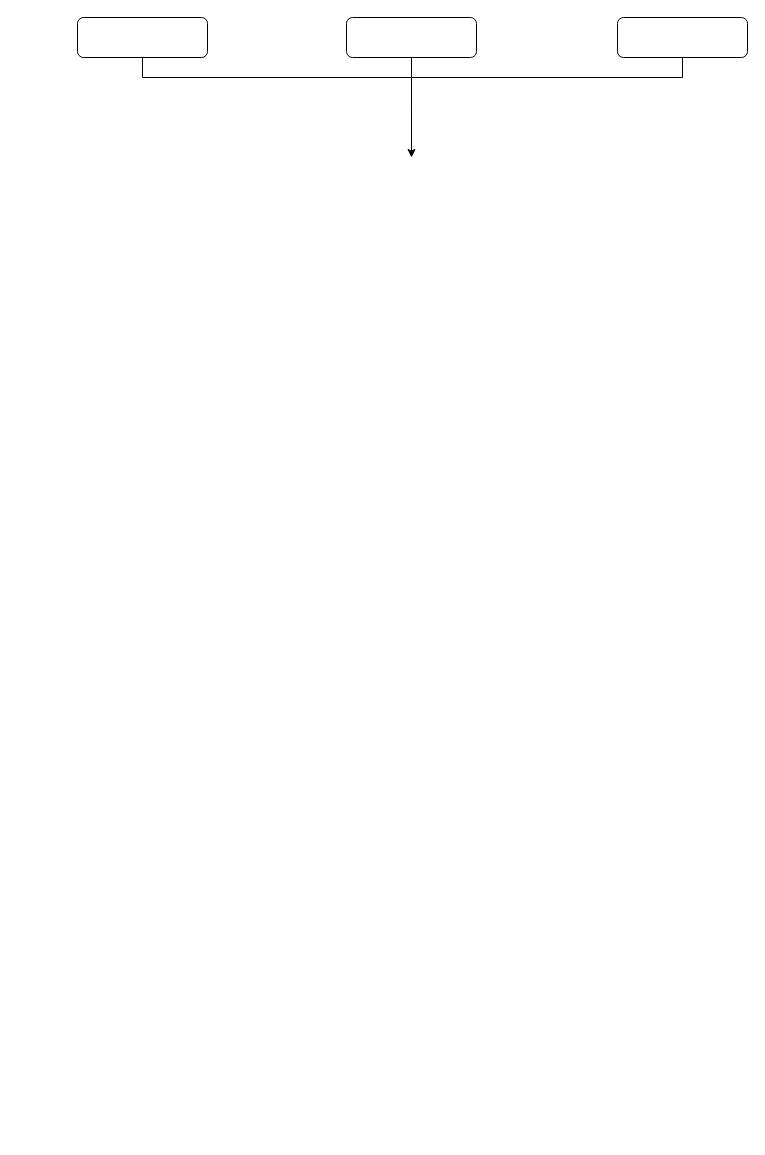
Earlier version of the draw.io diagram gambar/ibuk.drawio (odraCandra/odraCandra.github.io). Source tidied: cells renumbered, new cells numbered last; positions are measured from the earlier drawing's top-left corner, leaving out a move shared by most shapes. Both pictures are drawn from the tidied source at 100%, with x=0, y=0 at pixel (77, 17).
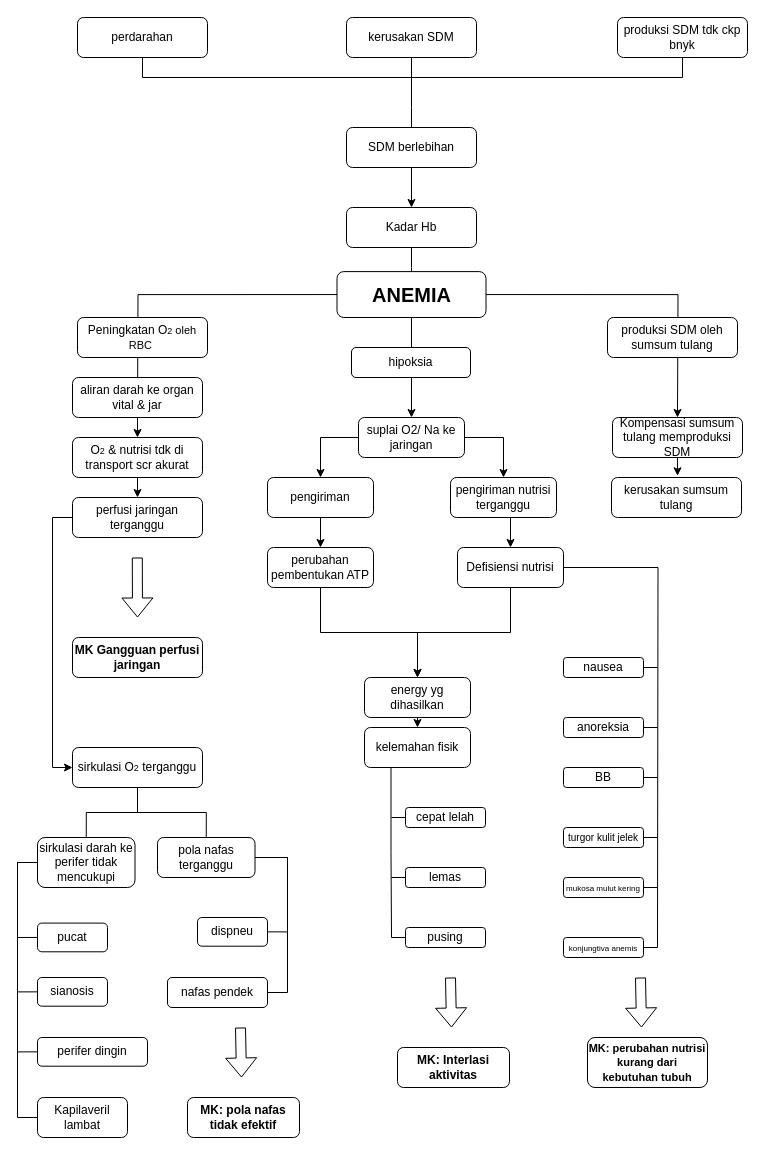
The same page after the edit.

The edit, as a diff of the source:
```diff
@@
-    <mxCell id="3" style="rounded=1;whiteSpace=wrap;html=1;" parent="1" vertex="1">
+    <mxCell id="3" value="perdarahan" style="rounded=1;whiteSpace=wrap;html=1;" parent="1" vertex="1">
       <mxGeometry width="130" height="40" as="geometry" />
     </mxCell>
@@
-    <mxCell id="5" style="rounded=1;whiteSpace=wrap;html=1;" parent="1" vertex="1">
+    <mxCell id="5" value="kerusakan SDM" style="rounded=1;whiteSpace=wrap;html=1;" parent="1" vertex="1">
       <mxGeometry x="269" width="130" height="40" as="geometry" />
     </mxCell>
-    <mxCell id="6" style="rounded=1;whiteSpace=wrap;html=1;" parent="1" vertex="1">
+    <mxCell id="6" value="produksi SDM tdk ckp bnyk" style="rounded=1;whiteSpace=wrap;html=1;" parent="1" vertex="1">
       <mxGeometry x="540" width="130" height="40" as="geometry" />
     </mxCell>
+    <mxCell id="7" style="edgeStyle=orthogonalEdgeStyle;rounded=0;jettySize=auto;html=1;exitX=0.5;exitY=1;exitDx=0;exitDy=0;" parent="1" edge="1" source="10">
+      <mxGeometry relative="1" as="geometry">
+        <mxPoint x="334" y="270" as="targetPoint" />
+      </mxGeometry>
+    </mxCell>
+    <mxCell id="8" value="SDM berlebihan" style="rounded=1;whiteSpace=wrap;html=1;" parent="1" vertex="1">
+      <mxGeometry x="269" y="110" width="130" height="40" as="geometry" />
+    </mxCell>
+    <mxCell id="9" style="edgeStyle=orthogonalEdgeStyle;rounded=0;jettySize=auto;html=1;exitX=0.5;exitY=1;exitDx=0;exitDy=0;" parent="1" edge="1" source="8" target="10">
+      <mxGeometry relative="1" as="geometry" />
+    </mxCell>
+    <mxCell id="10" value="Kadar Hb" style="rounded=1;whiteSpace=wrap;html=1;" parent="1" vertex="1">
+      <mxGeometry x="269" y="190" width="130" height="40" as="geometry" />
+    </mxCell>
+    <mxCell id="11" style="edgeStyle=orthogonalEdgeStyle;rounded=0;jettySize=auto;html=1;exitX=0.5;exitY=1;exitDx=0;exitDy=0;" parent="1" edge="1" source="14">
+      <mxGeometry relative="1" as="geometry">
+        <mxPoint x="334" y="400" as="targetPoint" />
+      </mxGeometry>
+    </mxCell>
+    <mxCell id="12" style="edgeStyle=orthogonalEdgeStyle;rounded=0;jettySize=auto;html=1;exitX=0;exitY=0.5;exitDx=0;exitDy=0;" parent="1" edge="1" source="14">
+      <mxGeometry relative="1" as="geometry">
+        <mxPoint x="60" y="400" as="targetPoint" />
+      </mxGeometry>
+    </mxCell>
+    <mxCell id="13" style="edgeStyle=orthogonalEdgeStyle;rounded=0;jettySize=auto;html=1;exitX=1;exitY=0.5;exitDx=0;exitDy=0;" parent="1" edge="1" source="14">
+      <mxGeometry relative="1" as="geometry">
+        <mxPoint x="600" y="400" as="targetPoint" />
+      </mxGeometry>
+    </mxCell>
+    <mxCell id="14" value="&lt;b&gt;&lt;font style=&quot;font-size: 20px;&quot;&gt;ANEMIA&lt;/font&gt;&lt;/b&gt;" style="rounded=1;whiteSpace=wrap;html=1;" parent="1" vertex="1">
+      <mxGeometry x="259.5" y="254.1" width="149" height="45.9" as="geometry" />
+    </mxCell>
+    <mxCell id="15" value="hipoksia" style="rounded=1;whiteSpace=wrap;html=1;" parent="1" vertex="1">
+      <mxGeometry x="274" y="330" width="119" height="30" as="geometry" />
+    </mxCell>
+    <mxCell id="16" value="produksi SDM oleh sumsum tulang" style="rounded=1;whiteSpace=wrap;html=1;" parent="1" vertex="1">
+      <mxGeometry x="530" y="300" width="130" height="40" as="geometry" />
+    </mxCell>
+    <mxCell id="17" value="Peningkatan O&lt;font style=&quot;font-size: 9px;&quot;&gt;2&lt;/font&gt;&lt;font style=&quot;font-size: 11px;&quot;&gt;&amp;nbsp;oleh RBC&lt;/font&gt;&lt;font&gt;&lt;font style=&quot;&quot;&gt;&amp;nbsp;&lt;/font&gt;&lt;/font&gt;" style="rounded=1;whiteSpace=wrap;html=1;" parent="1" vertex="1">
+      <mxGeometry y="300" width="130" height="40" as="geometry" />
+    </mxCell>
+    <mxCell id="18" style="edgeStyle=orthogonalEdgeStyle;rounded=0;jettySize=auto;html=1;exitX=0;exitY=0.5;exitDx=0;exitDy=0;entryX=0.5;entryY=0;entryDx=0;entryDy=0;" parent="1" edge="1" source="19" target="28">
+      <mxGeometry relative="1" as="geometry" />
+    </mxCell>
+    <mxCell id="19" value="suplai O2/ Na ke jaringan" style="rounded=1;whiteSpace=wrap;html=1;" parent="1" vertex="1">
+      <mxGeometry x="281" y="400" width="106" height="40" as="geometry" />
+    </mxCell>
+    <mxCell id="20" style="edgeStyle=orthogonalEdgeStyle;rounded=0;jettySize=auto;html=1;exitX=0.5;exitY=1;exitDx=0;exitDy=0;entryX=0.5;entryY=0;entryDx=0;entryDy=0;" parent="1" edge="1" source="21" target="26">
+      <mxGeometry relative="1" as="geometry" />
+    </mxCell>
+    <mxCell id="21" value="aliran darah ke organ vital &amp;amp; jar" style="rounded=1;whiteSpace=wrap;html=1;" parent="1" vertex="1">
+      <mxGeometry x="-5" y="360" width="130" height="40" as="geometry" />
+    </mxCell>
+    <mxCell id="22" value="Kompensasi sumsum tulang memproduksi SDM" style="rounded=1;whiteSpace=wrap;html=1;" parent="1" vertex="1">
+      <mxGeometry x="535" y="400" width="130" height="40" as="geometry" />
+    </mxCell>
+    <mxCell id="23" value="kerusakan sumsum tulang" style="rounded=1;whiteSpace=wrap;html=1;" parent="1" vertex="1">
+      <mxGeometry x="534" y="460" width="130" height="40" as="geometry" />
+    </mxCell>
+    <mxCell id="24" style="edgeStyle=orthogonalEdgeStyle;rounded=0;jettySize=auto;html=1;exitX=0.5;exitY=1;exitDx=0;exitDy=0;entryX=0.508;entryY=-0.043;entryDx=0;entryDy=0;entryPerimeter=0;" parent="1" edge="1" source="22" target="23">
+      <mxGeometry relative="1" as="geometry" />
+    </mxCell>
+    <mxCell id="25" style="edgeStyle=orthogonalEdgeStyle;rounded=0;jettySize=auto;html=1;exitX=0.5;exitY=1;exitDx=0;exitDy=0;entryX=0.5;entryY=0;entryDx=0;entryDy=0;" parent="1" edge="1" source="26" target="72">
+      <mxGeometry relative="1" as="geometry" />
+    </mxCell>
+    <mxCell id="26" value="O&lt;font style=&quot;font-size: 9px;&quot;&gt;2&lt;/font&gt; &amp;amp; nutrisi tdk di transport scr akurat" style="rounded=1;whiteSpace=wrap;html=1;" parent="1" vertex="1">
+      <mxGeometry x="-5" y="420" width="130" height="40" as="geometry" />
+    </mxCell>
+    <mxCell id="27" style="edgeStyle=orthogonalEdgeStyle;rounded=0;jettySize=auto;html=1;exitX=0.5;exitY=1;exitDx=0;exitDy=0;entryX=0.5;entryY=0;entryDx=0;entryDy=0;" parent="1" edge="1" source="28" target="32">
+      <mxGeometry relative="1" as="geometry" />
+    </mxCell>
+    <mxCell id="28" value="pengiriman" style="rounded=1;whiteSpace=wrap;html=1;" parent="1" vertex="1">
+      <mxGeometry x="190" y="460" width="106" height="40" as="geometry" />
+    </mxCell>
+    <mxCell id="29" value="pengiriman nutrisi terganggu" style="rounded=1;whiteSpace=wrap;html=1;" parent="1" vertex="1">
+      <mxGeometry x="373" y="460" width="106" height="40" as="geometry" />
+    </mxCell>
+    <mxCell id="30" style="edgeStyle=orthogonalEdgeStyle;rounded=0;jettySize=auto;html=1;exitX=1;exitY=0.5;exitDx=0;exitDy=0;entryX=0.5;entryY=0;entryDx=0;entryDy=0;" parent="1" edge="1" source="19" target="29">
+      <mxGeometry relative="1" as="geometry" />
+    </mxCell>
+    <mxCell id="31" style="edgeStyle=orthogonalEdgeStyle;rounded=0;jettySize=auto;html=1;exitX=0.5;exitY=1;exitDx=0;exitDy=0;entryX=0.5;entryY=0;entryDx=0;entryDy=0;" parent="1" edge="1" source="32" target="38">
+      <mxGeometry relative="1" as="geometry" />
+    </mxCell>
+    <mxCell id="32" value="perubahan pembentukan ATP" style="rounded=1;whiteSpace=wrap;html=1;" parent="1" vertex="1">
+      <mxGeometry x="190" y="530" width="106" height="40" as="geometry" />
+    </mxCell>
+    <mxCell id="33" style="edgeStyle=orthogonalEdgeStyle;rounded=0;jettySize=auto;html=1;exitX=0.5;exitY=1;exitDx=0;exitDy=0;entryX=0.5;entryY=0;entryDx=0;entryDy=0;" parent="1" edge="1" source="35" target="38">
+      <mxGeometry relative="1" as="geometry" />
+    </mxCell>
+    <mxCell id="34" style="edgeStyle=orthogonalEdgeStyle;rounded=0;jettySize=auto;html=1;exitX=1;exitY=0.5;exitDx=0;exitDy=0;endArrow=none;endFill=0;" parent="1" edge="1" source="35">
+      <mxGeometry relative="1" as="geometry">
+        <mxPoint x="580" y="930" as="targetPoint" />
+      </mxGeometry>
+    </mxCell>
+    <mxCell id="35" value="Defisiensi nutrisi" style="rounded=1;whiteSpace=wrap;html=1;" parent="1" vertex="1">
+      <mxGeometry x="380" y="530" width="106" height="40" as="geometry" />
+    </mxCell>
+    <mxCell id="36" style="edgeStyle=orthogonalEdgeStyle;rounded=0;jettySize=auto;html=1;exitX=0.5;exitY=1;exitDx=0;exitDy=0;entryX=0.5;entryY=0;entryDx=0;entryDy=0;" parent="1" edge="1" source="29" target="35">
+      <mxGeometry relative="1" as="geometry" />
+    </mxCell>
+    <mxCell id="37" style="edgeStyle=orthogonalEdgeStyle;rounded=0;jettySize=auto;html=1;exitX=0.5;exitY=1;exitDx=0;exitDy=0;entryX=0.5;entryY=0;entryDx=0;entryDy=0;" parent="1" edge="1" source="38" target="40">
+      <mxGeometry relative="1" as="geometry" />
+    </mxCell>
+    <mxCell id="38" value="energy yg dihasilkan" style="rounded=1;whiteSpace=wrap;html=1;" parent="1" vertex="1">
+      <mxGeometry x="287" y="660" width="106" height="40" as="geometry" />
+    </mxCell>
+    <mxCell id="39" style="edgeStyle=orthogonalEdgeStyle;rounded=0;jettySize=auto;html=1;exitX=0.25;exitY=1;exitDx=0;exitDy=0;endArrow=none;endFill=0;" parent="1" edge="1" source="40">
+      <mxGeometry relative="1" as="geometry">
+        <mxPoint x="314" y="920" as="targetPoint" />
+        <Array as="points">
+          <mxPoint x="313" y="835" />
+          <mxPoint x="314" y="835" />
+        </Array>
+      </mxGeometry>
+    </mxCell>
+    <mxCell id="40" value="kelemahan fisik" style="rounded=1;whiteSpace=wrap;html=1;" parent="1" vertex="1">
+      <mxGeometry x="287" y="710" width="106" height="40" as="geometry" />
+    </mxCell>
+    <mxCell id="41" style="edgeStyle=orthogonalEdgeStyle;rounded=0;orthogonalLoop=1;jettySize=auto;html=1;exitX=0;exitY=0.5;exitDx=0;exitDy=0;endArrow=none;endFill=0;" parent="1" edge="1">
+      <mxGeometry relative="1" as="geometry">
+        <mxPoint x="328" y="800" as="sourcePoint" />
+        <mxPoint x="314" y="800" as="targetPoint" />
+      </mxGeometry>
+    </mxCell>
+    <mxCell id="42" value="cepat lelah" style="rounded=1;whiteSpace=wrap;html=1;" parent="1" vertex="1">
+      <mxGeometry x="328" y="790" width="80" height="20" as="geometry" />
+    </mxCell>
+    <mxCell id="43" style="edgeStyle=orthogonalEdgeStyle;rounded=0;orthogonalLoop=1;jettySize=auto;html=1;exitX=0;exitY=0.5;exitDx=0;exitDy=0;endArrow=none;endFill=0;" parent="1" edge="1">
+      <mxGeometry relative="1" as="geometry">
+        <mxPoint x="328" y="920" as="sourcePoint" />
+        <mxPoint x="314" y="920" as="targetPoint" />
+      </mxGeometry>
+    </mxCell>
+    <mxCell id="44" value="pusing" style="rounded=1;whiteSpace=wrap;html=1;" parent="1" vertex="1">
+      <mxGeometry x="328" y="910" width="80" height="20" as="geometry" />
+    </mxCell>
+    <mxCell id="45" style="shape=flexArrow;endArrow=classic;html=1;rounded=0;" parent="1" edge="1">
+      <mxGeometry relative="1" as="geometry">
+        <mxPoint x="373" y="960" as="sourcePoint" />
+        <mxPoint x="374" y="1010" as="targetPoint" />
+      </mxGeometry>
+    </mxCell>
+    <mxCell id="46" value="&lt;b&gt;MK: Interlasi aktivitas&lt;/b&gt;" style="rounded=1;whiteSpace=wrap;html=1;" parent="1" vertex="1">
+      <mxGeometry x="320" y="1030" width="112" height="40" as="geometry" />
+    </mxCell>
+    <mxCell id="47" style="group;" parent="1" vertex="1">
+      <mxGeometry x="314" y="850" width="94" height="20" as="geometry" />
+    </mxCell>
+    <mxCell id="48" style="edgeStyle=orthogonalEdgeStyle;rounded=0;orthogonalLoop=1;jettySize=auto;html=1;exitX=0;exitY=0.5;exitDx=0;exitDy=0;endArrow=none;endFill=0;" parent="47" edge="1">
+      <mxGeometry relative="1" as="geometry">
+        <mxPoint x="14" y="10" as="sourcePoint" />
+        <mxPoint y="10" as="targetPoint" />
+      </mxGeometry>
+    </mxCell>
+    <mxCell id="49" value="lemas" style="rounded=1;whiteSpace=wrap;html=1;" parent="47" vertex="1">
+      <mxGeometry x="14" width="80" height="20" as="geometry" />
+    </mxCell>
+    <mxCell id="50" style="shape=flexArrow;endArrow=classic;html=1;rounded=0;" parent="1" edge="1">
+      <mxGeometry relative="1" as="geometry">
+        <mxPoint x="563" y="960" as="sourcePoint" />
+        <mxPoint x="564" y="1010" as="targetPoint" />
+      </mxGeometry>
+    </mxCell>
+    <mxCell id="51" value="&lt;b&gt;&lt;font style=&quot;font-size: 11px;&quot;&gt;MK: perubahan nutrisi kurang dari kebutuhan tubuh&lt;/font&gt;&lt;/b&gt;" style="rounded=1;whiteSpace=wrap;html=1;" parent="1" vertex="1">
+      <mxGeometry x="510" y="1020" width="120" height="50" as="geometry" />
+    </mxCell>
+    <mxCell id="52" style="shape=flexArrow;endArrow=classic;html=1;rounded=0;" parent="1" edge="1">
+      <mxGeometry relative="1" as="geometry">
+        <mxPoint x="59.8" y="540" as="sourcePoint" />
+        <mxPoint x="60" y="600" as="targetPoint" />
+      </mxGeometry>
+    </mxCell>
+    <mxCell id="53" value="&lt;b&gt;MK Gangguan perfusi jaringan&lt;/b&gt;" style="rounded=1;whiteSpace=wrap;html=1;" parent="1" vertex="1">
+      <mxGeometry x="-5" y="620" width="130" height="40" as="geometry" />
+    </mxCell>
+    <mxCell id="54" style="edgeStyle=orthogonalEdgeStyle;rounded=0;jettySize=auto;html=1;exitX=0.5;exitY=1;exitDx=0;exitDy=0;entryX=0.5;entryY=0;entryDx=0;entryDy=0;endArrow=none;endFill=0;" parent="1" edge="1" source="56" target="64">
+      <mxGeometry relative="1" as="geometry" />
+    </mxCell>
+    <mxCell id="55" style="edgeStyle=orthogonalEdgeStyle;rounded=0;jettySize=auto;html=1;exitX=0.5;exitY=1;exitDx=0;exitDy=0;entryX=0.5;entryY=0;entryDx=0;entryDy=0;endArrow=none;endFill=0;" parent="1" edge="1" source="56" target="59">
+      <mxGeometry relative="1" as="geometry" />
+    </mxCell>
+    <mxCell id="56" value="sirkulasi O&lt;font style=&quot;font-size: 9px;&quot;&gt;2&lt;/font&gt; terganggu" style="rounded=1;whiteSpace=wrap;html=1;" parent="1" vertex="1">
+      <mxGeometry x="-5" y="730" width="130" height="40" as="geometry" />
+    </mxCell>
+    <mxCell id="57" style="edgeStyle=orthogonalEdgeStyle;rounded=0;jettySize=auto;html=1;exitX=1;exitY=0.5;exitDx=0;exitDy=0;entryX=1;entryY=0.5;entryDx=0;entryDy=0;endArrow=none;endFill=0;" parent="1" edge="1" source="59" target="65">
+      <mxGeometry relative="1" as="geometry" />
+    </mxCell>
+    <mxCell id="58" style="edgeStyle=orthogonalEdgeStyle;rounded=0;jettySize=auto;html=1;exitX=1;exitY=0.5;exitDx=0;exitDy=0;entryX=1;entryY=0.5;entryDx=0;entryDy=0;endArrow=none;endFill=0;" parent="1" edge="1" source="59" target="66">
+      <mxGeometry relative="1" as="geometry" />
+    </mxCell>
+    <mxCell id="59" value="pola nafas terganggu" style="rounded=1;whiteSpace=wrap;html=1;" parent="1" vertex="1">
+      <mxGeometry x="80" y="820" width="97.5" height="40" as="geometry" />
+    </mxCell>
+    <mxCell id="60" style="edgeStyle=orthogonalEdgeStyle;rounded=0;jettySize=auto;html=1;exitX=0;exitY=0.5;exitDx=0;exitDy=0;entryX=0;entryY=0.5;entryDx=0;entryDy=0;endArrow=none;endFill=0;" parent="1" edge="1" source="64" target="67">
+      <mxGeometry relative="1" as="geometry" />
+    </mxCell>
+    <mxCell id="61" style="edgeStyle=orthogonalEdgeStyle;rounded=0;jettySize=auto;html=1;exitX=0;exitY=0.5;exitDx=0;exitDy=0;entryX=0;entryY=0.5;entryDx=0;entryDy=0;entryPerimeter=0;endArrow=none;endFill=0;" parent="1" edge="1" source="64" target="68">
+      <mxGeometry relative="1" as="geometry" />
+    </mxCell>
+    <mxCell id="62" style="edgeStyle=orthogonalEdgeStyle;rounded=0;jettySize=auto;html=1;exitX=0;exitY=0.5;exitDx=0;exitDy=0;entryX=0;entryY=0.5;entryDx=0;entryDy=0;endArrow=none;endFill=0;" parent="1" edge="1" source="64" target="69">
+      <mxGeometry relative="1" as="geometry" />
+    </mxCell>
+    <mxCell id="63" style="edgeStyle=orthogonalEdgeStyle;rounded=0;jettySize=auto;html=1;exitX=0;exitY=0.5;exitDx=0;exitDy=0;entryX=0;entryY=0.5;entryDx=0;entryDy=0;endArrow=none;endFill=0;" parent="1" edge="1" source="64" target="70">
+      <mxGeometry relative="1" as="geometry" />
+    </mxCell>
+    <mxCell id="64" value="sirkulasi darah ke perifer tidak mencukupi" style="rounded=1;whiteSpace=wrap;html=1;" parent="1" vertex="1">
+      <mxGeometry x="-40" y="820" width="97.5" height="50" as="geometry" />
+    </mxCell>
+    <mxCell id="65" value="dispneu" style="rounded=1;whiteSpace=wrap;html=1;" parent="1" vertex="1">
+      <mxGeometry x="120" y="900" width="70" height="28.7" as="geometry" />
+    </mxCell>
+    <mxCell id="66" value="nafas pendek" style="rounded=1;whiteSpace=wrap;html=1;" parent="1" vertex="1">
+      <mxGeometry x="90" y="960" width="100" height="30" as="geometry" />
+    </mxCell>
+    <mxCell id="67" value="pucat" style="rounded=1;whiteSpace=wrap;html=1;" parent="1" vertex="1">
+      <mxGeometry x="-40" y="905.6" width="70" height="28.7" as="geometry" />
+    </mxCell>
+    <mxCell id="68" value="sianosis" style="rounded=1;whiteSpace=wrap;html=1;" parent="1" vertex="1">
+      <mxGeometry x="-40" y="960" width="70" height="28.7" as="geometry" />
+    </mxCell>
+    <mxCell id="69" value="perifer dingin" style="rounded=1;whiteSpace=wrap;html=1;" parent="1" vertex="1">
+      <mxGeometry x="-40" y="1020" width="110" height="28.7" as="geometry" />
+    </mxCell>
+    <mxCell id="70" value="Kapilaveril lambat" style="rounded=1;whiteSpace=wrap;html=1;" parent="1" vertex="1">
+      <mxGeometry x="-40" y="1080" width="90" height="40" as="geometry" />
+    </mxCell>
+    <mxCell id="71" style="edgeStyle=orthogonalEdgeStyle;rounded=0;jettySize=auto;html=1;exitX=0;exitY=0.5;exitDx=0;exitDy=0;entryX=0;entryY=0.5;entryDx=0;entryDy=0;" parent="1" edge="1" source="72" target="56">
+      <mxGeometry relative="1" as="geometry" />
+    </mxCell>
+    <mxCell id="72" value="perfusi jaringan terganggu" style="rounded=1;whiteSpace=wrap;html=1;" parent="1" vertex="1">
+      <mxGeometry x="-5" y="480" width="130" height="40" as="geometry" />
+    </mxCell>
+    <mxCell id="73" style="shape=flexArrow;endArrow=classic;html=1;rounded=0;" parent="1" edge="1">
+      <mxGeometry relative="1" as="geometry">
+        <mxPoint x="163" y="1010" as="sourcePoint" />
+        <mxPoint x="164" y="1060" as="targetPoint" />
+      </mxGeometry>
+    </mxCell>
+    <mxCell id="74" value="&lt;b&gt;MK: pola nafas tidak efektif&lt;/b&gt;" style="rounded=1;whiteSpace=wrap;html=1;" parent="1" vertex="1">
+      <mxGeometry x="110" y="1080" width="112" height="40" as="geometry" />
+    </mxCell>
+    <mxCell id="75" style="edgeStyle=orthogonalEdgeStyle;rounded=0;orthogonalLoop=1;jettySize=auto;html=1;exitX=0;exitY=0.5;exitDx=0;exitDy=0;endArrow=none;endFill=0;" parent="1" edge="1">
+      <mxGeometry relative="1" as="geometry">
+        <mxPoint x="566" y="650" as="sourcePoint" />
+        <mxPoint x="580" y="650" as="targetPoint" />
+      </mxGeometry>
+    </mxCell>
+    <mxCell id="76" value="nausea" style="rounded=1;whiteSpace=wrap;html=1;rotation=0;" parent="1" vertex="1">
+      <mxGeometry x="486" y="640" width="80" height="20" as="geometry" />
+    </mxCell>
+    <mxCell id="77" style="edgeStyle=orthogonalEdgeStyle;rounded=0;orthogonalLoop=1;jettySize=auto;html=1;exitX=0;exitY=0.5;exitDx=0;exitDy=0;endArrow=none;endFill=0;" parent="1" edge="1">
+      <mxGeometry relative="1" as="geometry">
+        <mxPoint x="566" y="710" as="sourcePoint" />
+        <mxPoint x="580" y="710" as="targetPoint" />
+      </mxGeometry>
+    </mxCell>
+    <mxCell id="78" value="anoreksia" style="rounded=1;whiteSpace=wrap;html=1;rotation=0;" parent="1" vertex="1">
+      <mxGeometry x="486" y="700" width="80" height="20" as="geometry" />
+    </mxCell>
+    <mxCell id="79" style="edgeStyle=orthogonalEdgeStyle;rounded=0;orthogonalLoop=1;jettySize=auto;html=1;exitX=0;exitY=0.5;exitDx=0;exitDy=0;endArrow=none;endFill=0;" parent="1" edge="1">
+      <mxGeometry relative="1" as="geometry">
+        <mxPoint x="566" y="760" as="sourcePoint" />
+        <mxPoint x="580" y="760" as="targetPoint" />
+      </mxGeometry>
+    </mxCell>
+    <mxCell id="80" value="BB" style="rounded=1;whiteSpace=wrap;html=1;rotation=0;" parent="1" vertex="1">
+      <mxGeometry x="486" y="750" width="80" height="20" as="geometry" />
+    </mxCell>
+    <mxCell id="81" style="edgeStyle=orthogonalEdgeStyle;rounded=0;orthogonalLoop=1;jettySize=auto;html=1;exitX=0;exitY=0.5;exitDx=0;exitDy=0;endArrow=none;endFill=0;" parent="1" edge="1">
+      <mxGeometry relative="1" as="geometry">
+        <mxPoint x="566" y="820" as="sourcePoint" />
+        <mxPoint x="580" y="820" as="targetPoint" />
+      </mxGeometry>
+    </mxCell>
+    <mxCell id="82" value="&lt;font style=&quot;font-size: 10px;&quot;&gt;turgor kulit jelek&lt;/font&gt;" style="rounded=1;whiteSpace=wrap;html=1;rotation=0;" parent="1" vertex="1">
+      <mxGeometry x="486" y="810" width="80" height="20" as="geometry" />
+    </mxCell>
+    <mxCell id="83" style="edgeStyle=orthogonalEdgeStyle;rounded=0;orthogonalLoop=1;jettySize=auto;html=1;exitX=0;exitY=0.5;exitDx=0;exitDy=0;endArrow=none;endFill=0;" parent="1" edge="1">
+      <mxGeometry relative="1" as="geometry">
+        <mxPoint x="566" y="870" as="sourcePoint" />
+        <mxPoint x="580" y="870" as="targetPoint" />
+      </mxGeometry>
+    </mxCell>
+    <mxCell id="84" value="&lt;font style=&quot;font-size: 8px;&quot;&gt;mukosa mulut kering&lt;/font&gt;" style="rounded=1;whiteSpace=wrap;html=1;rotation=0;" parent="1" vertex="1">
+      <mxGeometry x="486" y="860" width="80" height="20" as="geometry" />
+    </mxCell>
+    <mxCell id="85" style="edgeStyle=orthogonalEdgeStyle;rounded=0;orthogonalLoop=1;jettySize=auto;html=1;exitX=0;exitY=0.5;exitDx=0;exitDy=0;endArrow=none;endFill=0;" parent="1" edge="1">
+      <mxGeometry relative="1" as="geometry">
+        <mxPoint x="566" y="930" as="sourcePoint" />
+        <mxPoint x="580" y="930" as="targetPoint" />
+      </mxGeometry>
+    </mxCell>
+    <mxCell id="86" value="&lt;font style=&quot;font-size: 8px;&quot;&gt;konjungtiva anemis&lt;/font&gt;" style="rounded=1;whiteSpace=wrap;html=1;rotation=0;" parent="1" vertex="1">
+      <mxGeometry x="486" y="920" width="80" height="20" as="geometry" />
+    </mxCell>
```
